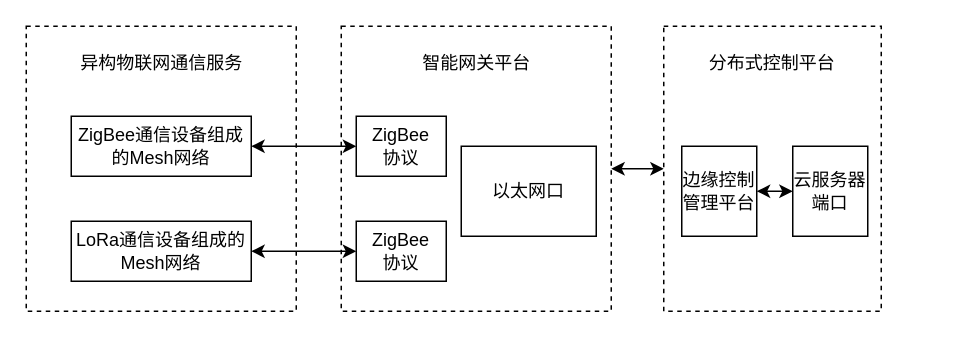
Above: 后期论文.drawio in AkiraZheng/diagrams (draw.io), before the change. Source tidied: cells renumbered, new cells numbered last; positions are measured from the earlier drawing's top-left corner, leaving out a move shared by most shapes. Both pictures are drawn from the tidied source at 150%, with x=0, y=0 at pixel (26, 26).
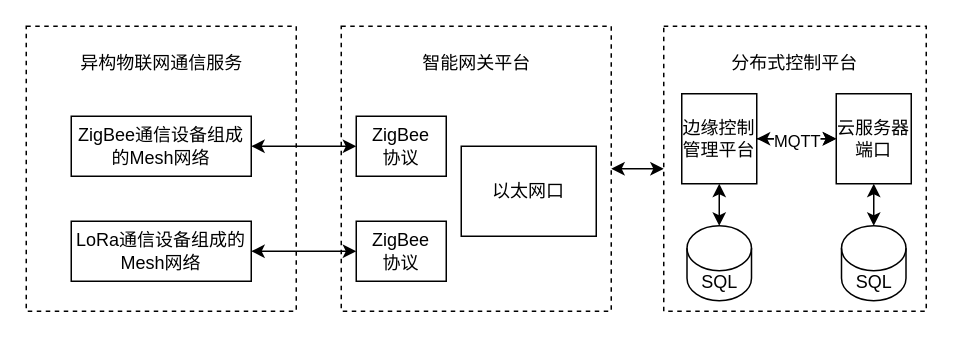
After the change.

Commit message (it also covers changes not shown here):
更新后期论文.drawio

Unchanged cells that the change refers to:
```xml
<mxCell id="17" style="edgeStyle=orthogonalEdgeStyle;rounded=0;jettySize=auto;html=1;startArrow=classic;startFill=1;" parent="1" edge="1" source="18" target="16">
  <mxGeometry relative="1" as="geometry" />
</mxCell>
```

Change to the diagram source:
```diff
@@
     <mxCell id="14" style="rounded=0;whiteSpace=wrap;html=1;dashed=1;" parent="1" vertex="1">
-      <mxGeometry x="425" width="145" height="190" as="geometry" />
+      <mxGeometry x="425" width="175" height="190" as="geometry" />
     </mxCell>
     <mxCell id="15" value="分布式控制平台" style="text;html=1;strokeColor=none;fillColor=none;align=center;verticalAlign=middle;whiteSpace=wrap;rounded=0;" parent="1" vertex="1">
-      <mxGeometry x="440" y="10" width="115" height="30" as="geometry" />
+      <mxGeometry x="455" y="10" width="115" height="30" as="geometry" />
     </mxCell>
+    <mxCell id="19" style="edgeStyle=orthogonalEdgeStyle;rounded=0;jettySize=auto;html=1;" parent="1" edge="1" source="16" target="18">
+      <mxGeometry relative="1" as="geometry" />
+    </mxCell>
     <mxCell id="16" value="边缘控制管理平台" style="rounded=0;whiteSpace=wrap;html=1;" parent="1" vertex="1">
-      <mxGeometry x="437" y="80" width="50" height="60" as="geometry" />
+      <mxGeometry x="437" y="45" width="50" height="60" as="geometry" />
     </mxCell>
@@
+    <mxCell id="20" value="MQTT" style="edgeLabel;html=1;align=center;verticalAlign=middle;" parent="17" vertex="1">
+      <mxGeometry x="0.03" y="1" relative="1" as="geometry" />
+    </mxCell>
+    <mxCell id="21" style="edgeStyle=orthogonalEdgeStyle;rounded=0;jettySize=auto;html=1;startArrow=classic;startFill=1;" parent="1" edge="1" source="18" target="24">
+      <mxGeometry relative="1" as="geometry" />
+    </mxCell>
     <mxCell id="18" value="云服务器端口" style="rounded=0;whiteSpace=wrap;html=1;" parent="1" vertex="1">
-      <mxGeometry x="511" y="80" width="50" height="60" as="geometry" />
+      <mxGeometry x="540" y="45" width="50" height="60" as="geometry" />
     </mxCell>
+    <mxCell id="22" style="edgeStyle=orthogonalEdgeStyle;rounded=0;jettySize=auto;html=1;startArrow=classic;startFill=1;" parent="1" edge="1" source="23" target="16">
+      <mxGeometry relative="1" as="geometry" />
+    </mxCell>
+    <mxCell id="23" value="SQL" style="shape=cylinder3;whiteSpace=wrap;html=1;boundedLbl=1;backgroundOutline=1;size=15;" parent="1" vertex="1">
+      <mxGeometry x="440.5" y="133" width="43" height="50" as="geometry" />
+    </mxCell>
+    <mxCell id="24" value="SQL" style="shape=cylinder3;whiteSpace=wrap;html=1;boundedLbl=1;backgroundOutline=1;size=15;" parent="1" vertex="1">
+      <mxGeometry x="543.5" y="133" width="43" height="50" as="geometry" />
+    </mxCell>
```
